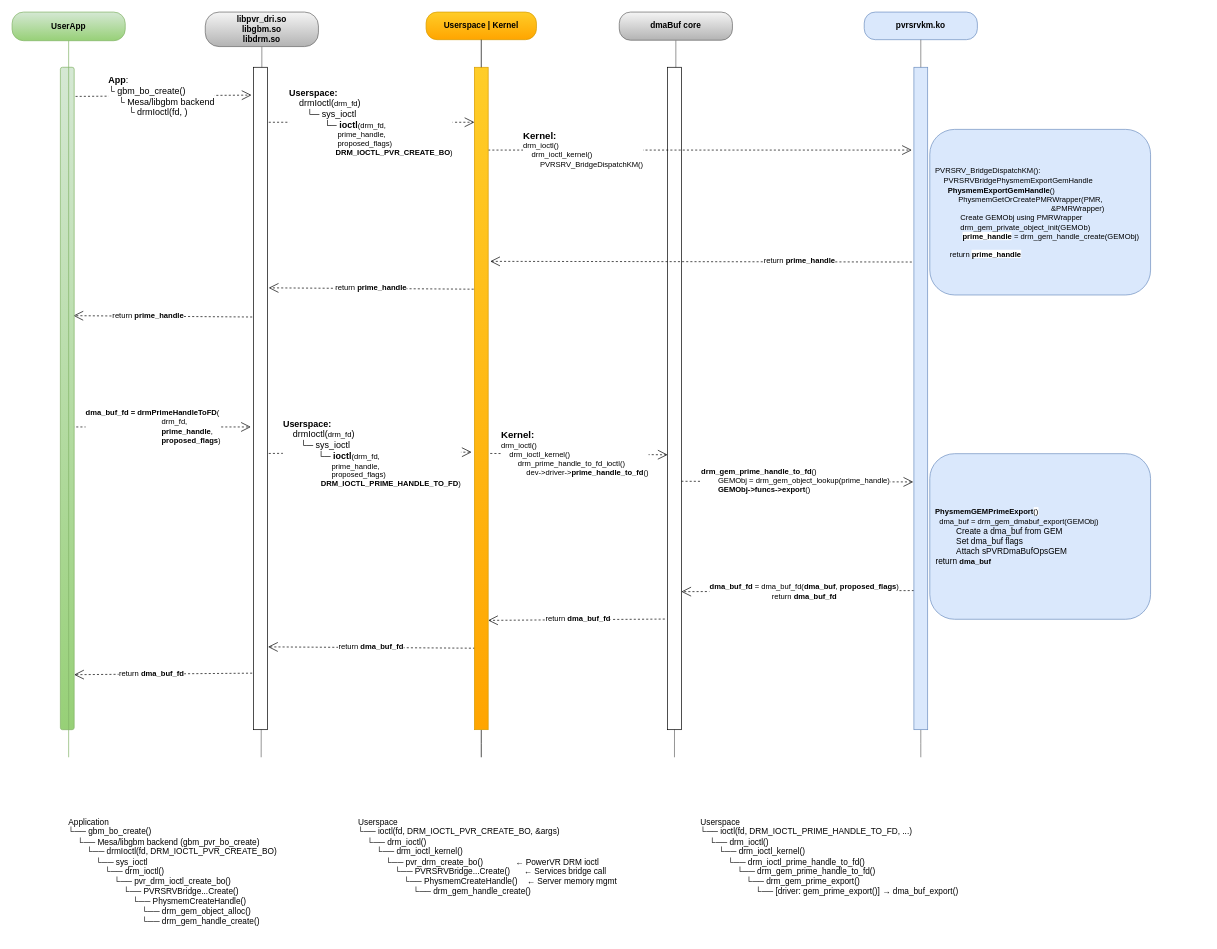
This is diagram/graphics/GEMHandle.drawio from faijurrahman/kernel-mainline, a draw.io file, before an edit. Source tidied: cells renumbered, new cells numbered last; positions are measured from the earlier drawing's top-left corner, leaving out a move shared by most shapes. Both pictures are drawn from the tidied source at 69%, with x=0, y=0 at pixel (12, 12).
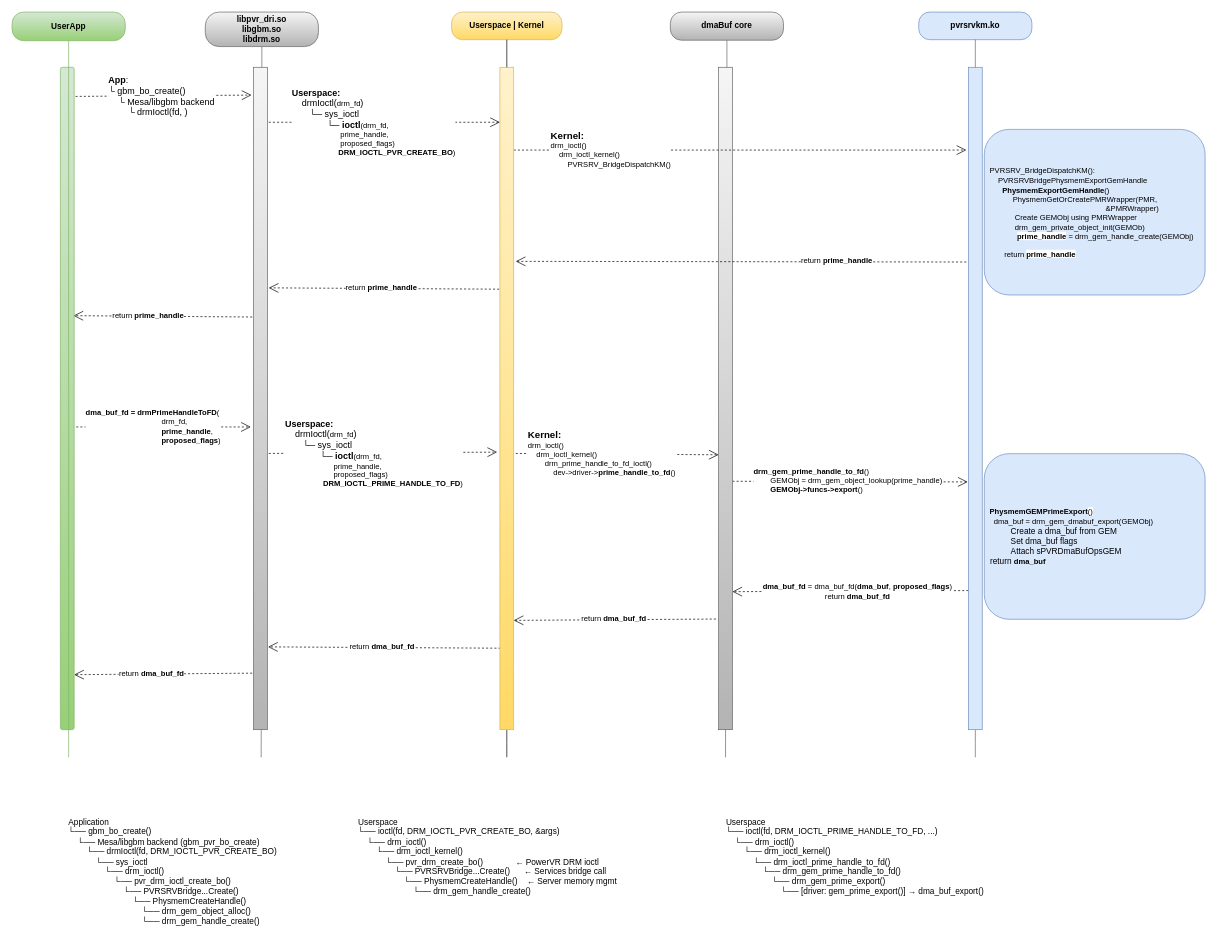
Above is the later version.

Unchanged cells that the change refers to:
```xml
<mxCell id="36" style="rounded=0;whiteSpace=wrap;html=1;fillColor=#dae8fc;strokeColor=#6c8ebf;" parent="33" vertex="1">
  <mxGeometry x="72" y="80" width="20" height="960" as="geometry" />
</mxCell>
<mxCell id="45" style="group;" parent="1" vertex="1">
  <mxGeometry x="280" width="164" height="1080" as="geometry" />
</mxCell>
```

Diff of the diagram source:
```diff
@@
     <mxCell id="8" style="group;" parent="1" vertex="1">
-      <mxGeometry x="1235" width="164" height="1290" as="geometry" />
+      <mxGeometry x="1272" width="164" height="1290" as="geometry" />
     </mxCell>
@@
     <mxCell id="12" value="&lt;b style=&quot;font-size: 11px; text-wrap-mode: nowrap;&quot;&gt;&amp;nbsp; PhysmemGEMPrimeExport&lt;/b&gt;&lt;span style=&quot;font-size: 11px; text-wrap-mode: nowrap; background-color: rgb(255, 255, 255);&quot;&gt;()&lt;/span&gt;&lt;div&gt;&lt;span style=&quot;font-size: 11px; text-wrap-mode: nowrap; background-color: transparent; color: light-dark(rgb(0, 0, 0), rgb(255, 255, 255));&quot;&gt;&amp;nbsp; &amp;nbsp; dma_buf = drm_gem_dmabuf_export(GEMObj)&lt;/span&gt;&amp;nbsp;&amp;nbsp;&lt;/div&gt;&lt;div&gt;&amp;nbsp; &amp;nbsp; &amp;nbsp; &amp;nbsp; &amp;nbsp; &amp;nbsp;Create a dma_buf from GEM&lt;/div&gt;&lt;div&gt;&amp;nbsp; &amp;nbsp; &amp;nbsp; &amp;nbsp; &amp;nbsp; &amp;nbsp;Set dma_buf flags&lt;/div&gt;&lt;div&gt;&amp;nbsp; &amp;nbsp; &amp;nbsp; &amp;nbsp; &amp;nbsp; &amp;nbsp;Attach sPVRDmaBufOpsGEM&lt;/div&gt;&lt;div&gt;&amp;nbsp; return&amp;nbsp;&lt;b style=&quot;background-color: transparent; color: light-dark(rgb(0, 0, 0), rgb(255, 255, 255)); text-wrap-mode: nowrap; font-size: 11px; text-align: center;&quot;&gt;dma_buf&lt;/b&gt;&lt;/div&gt;" style="rounded=1;whiteSpace=wrap;html=1;align=left;fillColor=#dae8fc;strokeColor=#6c8ebf;" parent="1" vertex="1">
-      <mxGeometry x="1330" y="640" width="320" height="240" as="geometry" />
+      <mxGeometry x="1409" y="640" width="320" height="240" as="geometry" />
     </mxCell>
     <mxCell id="13" value="Userspace&#10;└── ioctl(fd, DRM_IOCTL_PRIME_HANDLE_TO_FD, ...)&#10;    └── drm_ioctl()&#10;        └── drm_ioctl_kernel()&#10;            └── drm_ioctl_prime_handle_to_fd()&#10;                └── drm_gem_prime_handle_to_fd()&#10;                    └── drm_gem_prime_export()&#10;                        └── [driver: gem_prime_export()] → dma_buf_export()" style="text;whiteSpace=wrap;" parent="1" vertex="1">
-      <mxGeometry x="996" y="1160" width="410" height="140" as="geometry" />
+      <mxGeometry x="1033" y="1160" width="410" height="140" as="geometry" />
     </mxCell>
@@
     <mxCell id="15" value="&lt;span style=&quot;font-size: 11px; text-wrap-mode: nowrap;&quot;&gt;&amp;nbsp; PVRSRV_BridgeDispatchKM():&lt;br&gt;&lt;/span&gt;&lt;div&gt;&lt;span style=&quot;background-color: transparent; font-size: 11px; text-wrap-mode: nowrap;&quot;&gt;&amp;nbsp; &amp;nbsp; &amp;nbsp; PVRSRVBridgePhysmemExportGemHandle&lt;/span&gt;&lt;span style=&quot;font-size: 11px; text-wrap-mode: nowrap;&quot;&gt;&lt;span style=&quot;background-color: transparent;&quot;&gt;&amp;nbsp;&amp;nbsp;&lt;/span&gt;&lt;/span&gt;&lt;div&gt;&lt;span style=&quot;font-size: 11px; text-wrap-mode: nowrap;&quot;&gt;&lt;span style=&quot;background-color: transparent;&quot;&gt;&lt;b&gt;&amp;nbsp; &amp;nbsp; &amp;nbsp; &amp;nbsp; PhysmemExportGemHandle&lt;/b&gt;()&lt;/span&gt;&lt;div style=&quot;&quot;&gt;&amp;nbsp; &amp;nbsp; &amp;nbsp; &amp;nbsp; &amp;nbsp; &amp;nbsp; &amp;nbsp;PhysmemGetOrCreatePMRWrapper(PMR,&lt;span style=&quot;background-color: transparent; color: light-dark(rgb(0, 0, 0), rgb(255, 255, 255));&quot;&gt;&amp;nbsp;&lt;/span&gt;&lt;/div&gt;&lt;div style=&quot;&quot;&gt;&lt;span style=&quot;background-color: transparent; color: light-dark(rgb(0, 0, 0), rgb(255, 255, 255));&quot;&gt;&amp;nbsp; &amp;nbsp; &amp;nbsp; &amp;nbsp; &amp;nbsp; &amp;nbsp; &amp;nbsp; &amp;nbsp; &amp;nbsp; &amp;nbsp; &amp;nbsp; &amp;nbsp; &amp;nbsp; &amp;nbsp; &amp;nbsp; &amp;nbsp; &amp;nbsp; &amp;nbsp; &amp;nbsp; &amp;nbsp; &amp;nbsp; &amp;nbsp; &amp;nbsp; &amp;nbsp; &amp;nbsp; &amp;nbsp; &amp;nbsp; &amp;nbsp; &amp;nbsp;&amp;amp;PMRWrapper&lt;/span&gt;&lt;span style=&quot;background-color: transparent; color: light-dark(rgb(0, 0, 0), rgb(255, 255, 255));&quot;&gt;)&lt;/span&gt;&lt;/div&gt;&lt;div style=&quot;&quot;&gt;&amp;nbsp; &amp;nbsp; &amp;nbsp; &amp;nbsp; &amp;nbsp; &amp;nbsp; &amp;nbsp; Create GEMObj using PMRWrapper&lt;/div&gt;&lt;div style=&quot;&quot;&gt;&amp;nbsp; &amp;nbsp; &amp;nbsp; &amp;nbsp; &amp;nbsp; &amp;nbsp; &amp;nbsp; drm_gem_private_object_init(&lt;span style=&quot;background-color: transparent; color: light-dark(rgb(0, 0, 0), rgb(255, 255, 255));&quot;&gt;GEMOb)&lt;/span&gt;&lt;/div&gt;&lt;div style=&quot;&quot;&gt;&amp;nbsp; &amp;nbsp; &amp;nbsp; &amp;nbsp; &amp;nbsp; &amp;nbsp; &amp;nbsp; &amp;nbsp;&lt;span style=&quot;background-color: rgb(255, 255, 255);&quot;&gt;&lt;b&gt;prime_handle&lt;/b&gt;&lt;/span&gt;&amp;nbsp;= drm_gem_handle_create(GEMObj)&amp;nbsp;&lt;/div&gt;&lt;div style=&quot;&quot;&gt;&amp;nbsp; &amp;nbsp;&amp;nbsp;&lt;/div&gt;&lt;div style=&quot;&quot;&gt;&amp;nbsp; &amp;nbsp; &amp;nbsp; &amp;nbsp; &amp;nbsp;return&amp;nbsp;&lt;span style=&quot;background-color: rgb(255, 255, 255); color: light-dark(rgb(0, 0, 0), rgb(255, 255, 255));&quot;&gt;&lt;b&gt;prime_handle&lt;/b&gt;&lt;/span&gt;&lt;/div&gt;&lt;/span&gt;&lt;/div&gt;&lt;/div&gt;" style="rounded=1;whiteSpace=wrap;html=1;align=left;fillColor=#dae8fc;strokeColor=#6c8ebf;" parent="1" vertex="1">
-      <mxGeometry x="1330" y="170" width="320" height="240" as="geometry" />
+      <mxGeometry x="1409" y="170" width="320" height="240" as="geometry" />
     </mxCell>
     <mxCell id="16" style="endArrow=open;endSize=12;dashed=1;html=1;rounded=0;exitX=0;exitY=0.79;exitDx=0;exitDy=0;exitPerimeter=0;" parent="1" edge="1" source="36">
       <mxGeometry relative="1" as="geometry">
-        <mxPoint x="970" y="840" as="targetPoint" />
+        <mxPoint x="1044" y="840" as="targetPoint" />
       </mxGeometry>
     </mxCell>
@@
     <mxCell id="18" style="endArrow=open;endSize=12;dashed=1;html=1;rounded=0;entryX=-0.05;entryY=0.626;entryDx=0;entryDy=0;entryPerimeter=0;" parent="1" edge="1" target="36">
       <mxGeometry relative="1" as="geometry">
-        <mxPoint x="970" y="680" as="sourcePoint" />
+        <mxPoint x="1044" y="680" as="sourcePoint" />
       </mxGeometry>
     </mxCell>
@@
     <mxCell id="26" style="group;" parent="1" vertex="1">
-      <mxGeometry x="880" width="164" height="1080" as="geometry" />
+      <mxGeometry x="954" width="164" height="1080" as="geometry" />
     </mxCell>
@@
-    <mxCell id="29" style="rounded=0;whiteSpace=wrap;html=1;" parent="26" vertex="1">
+    <mxCell id="29" style="rounded=0;whiteSpace=wrap;html=1;fillColor=#f5f5f5;gradientColor=#b3b3b3;strokeColor=#666666;" parent="26" vertex="1">
       <mxGeometry x="70" y="80" width="20" height="960" as="geometry" />
     </mxCell>
@@
     <mxCell id="33" style="group;" parent="1" vertex="1">
-      <mxGeometry x="1235" width="164" height="1080" as="geometry" />
+      <mxGeometry x="1314" width="164" height="1080" as="geometry" />
     </mxCell>
@@
     <mxCell id="38" style="group;" parent="1" vertex="1">
-      <mxGeometry x="600" width="160" height="1080" as="geometry" />
+      <mxGeometry x="637" width="160" height="1080" as="geometry" />
     </mxCell>
-    <mxCell id="39" value="&lt;b&gt;Userspace | Kernel&lt;/b&gt;" style="rounded=1;whiteSpace=wrap;html=1;arcSize=40;fillColor=#ffcd28;strokeColor=#d79b00;gradientColor=#ffa500;" parent="38" vertex="1">
+    <mxCell id="39" value="&lt;b&gt;Userspace | Kernel&lt;/b&gt;" style="rounded=1;whiteSpace=wrap;html=1;arcSize=40;fillColor=#fff2cc;strokeColor=#d6b656;gradientColor=#ffd966;" parent="38" vertex="1">
       <mxGeometry width="160" height="40" as="geometry" />
     </mxCell>
@@
-    <mxCell id="41" style="rounded=0;whiteSpace=wrap;html=1;fillColor=#ffcd28;gradientColor=#ffa500;strokeColor=#d79b00;" parent="38" vertex="1">
+    <mxCell id="41" style="rounded=0;whiteSpace=wrap;html=1;fillColor=#fff2cc;gradientColor=#ffd966;strokeColor=#d6b656;" parent="38" vertex="1">
       <mxGeometry x="70" y="80" width="20" height="960" as="geometry" />
     </mxCell>
@@
-    <mxCell id="48" style="rounded=0;whiteSpace=wrap;html=1;" parent="45" vertex="1">
+    <mxCell id="48" style="rounded=0;whiteSpace=wrap;html=1;fillColor=#f5f5f5;strokeColor=#666666;gradientColor=#b3b3b3;" parent="45" vertex="1">
       <mxGeometry x="70" y="80" width="20" height="960" as="geometry" />
     </mxCell>
```
